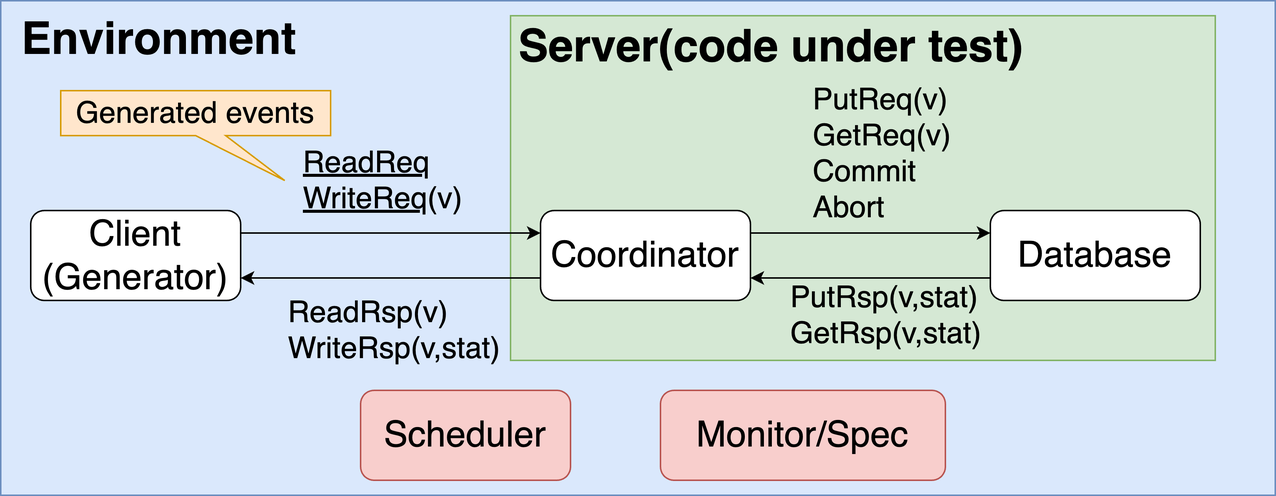
Earlier version of the draw.io export figures/typed-guided-planing-example.drawio.png (zhezhouzz/PLDI25-HAT-Planing). Source tidied: cells renumbered, new cells last; positions are measured from the earlier drawing's top-left corner, leaving out a move shared by most shapes.
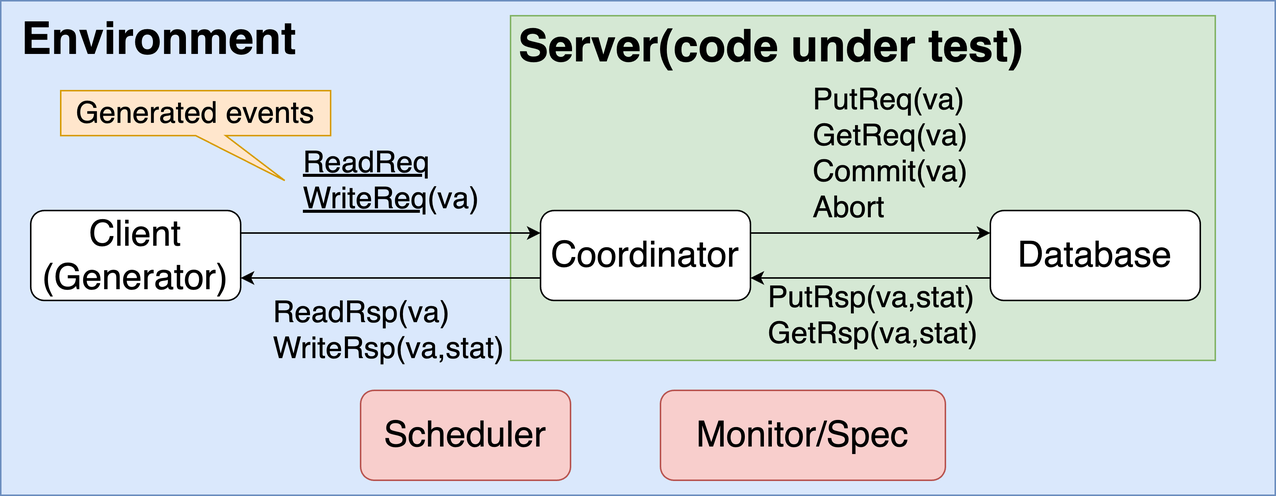
Above is the later version.

The edit, as a diff of the source:
```diff
@@ -29,17 +29,17 @@
     <mxCell id="10" value="&lt;font style=&quot;font-size: 24px;&quot;&gt;Database&lt;/font&gt;" style="rounded=1;whiteSpace=wrap;html=1;" parent="1" vertex="1">
       <mxGeometry x="660" y="140" width="140" height="60" as="geometry" />
     </mxCell>
-    <mxCell id="11" value="&lt;span style=&quot;font-size: 20px;&quot;&gt;&lt;span&gt;&lt;u&gt;ReadReq&lt;/u&gt;&lt;/span&gt;&lt;/span&gt;&lt;div&gt;&lt;span style=&quot;font-size: 20px;&quot;&gt;&lt;u&gt;WriteReq&lt;/u&gt;(v)&lt;/span&gt;&lt;/div&gt;" style="text;html=1;align=left;verticalAlign=middle;whiteSpace=wrap;rounded=0;fontStyle=0;" parent="1" vertex="1">
+    <mxCell id="11" value="&lt;span style=&quot;font-size: 20px;&quot;&gt;&lt;span&gt;&lt;u&gt;ReadReq&lt;/u&gt;&lt;/span&gt;&lt;/span&gt;&lt;div&gt;&lt;span style=&quot;font-size: 20px;&quot;&gt;&lt;u&gt;WriteReq&lt;/u&gt;(va)&lt;/span&gt;&lt;/div&gt;" style="text;html=1;align=left;verticalAlign=middle;whiteSpace=wrap;rounded=0;fontStyle=0;" parent="1" vertex="1">
       <mxGeometry x="200" y="90" width="100" height="60" as="geometry" />
     </mxCell>
-    <mxCell id="12" value="&lt;span style=&quot;font-size: 20px;&quot;&gt;&lt;span&gt;ReadRsp(v)&lt;/span&gt;&lt;/span&gt;&lt;div&gt;&lt;span style=&quot;font-size: 20px;&quot;&gt;&lt;span&gt;WriteRsp(v,stat)&lt;/span&gt;&lt;/span&gt;&lt;/div&gt;" style="text;html=1;align=left;verticalAlign=middle;whiteSpace=wrap;rounded=0;fontStyle=0;" parent="1" vertex="1">
-      <mxGeometry x="190" y="190" width="100" height="60" as="geometry" />
+    <mxCell id="12" value="&lt;span style=&quot;font-size: 20px;&quot;&gt;&lt;span&gt;ReadRsp(va)&lt;/span&gt;&lt;/span&gt;&lt;div&gt;&lt;span style=&quot;font-size: 20px;&quot;&gt;&lt;span&gt;WriteRsp(va,stat)&lt;/span&gt;&lt;/span&gt;&lt;/div&gt;" style="text;html=1;align=left;verticalAlign=middle;whiteSpace=wrap;rounded=0;fontStyle=0;" parent="1" vertex="1">
+      <mxGeometry x="180" y="190" width="100" height="60" as="geometry" />
     </mxCell>
-    <mxCell id="13" value="&lt;span style=&quot;font-size: 20px;&quot;&gt;&lt;span&gt;PutReq(v)&lt;/span&gt;&lt;/span&gt;&lt;div&gt;&lt;span style=&quot;font-size: 20px;&quot;&gt;&lt;span&gt;GetReq(v)&lt;/span&gt;&lt;/span&gt;&lt;/div&gt;&lt;div&gt;&lt;span style=&quot;font-size: 20px;&quot;&gt;&lt;span&gt;Commit&lt;/span&gt;&lt;/span&gt;&lt;/div&gt;&lt;div&gt;&lt;span style=&quot;font-size: 20px;&quot;&gt;&lt;span&gt;Abort&lt;/span&gt;&lt;/span&gt;&lt;/div&gt;" style="text;html=1;align=left;verticalAlign=middle;whiteSpace=wrap;rounded=0;fontStyle=0;" parent="1" vertex="1">
+    <mxCell id="13" value="&lt;span style=&quot;font-size: 20px;&quot;&gt;&lt;span&gt;PutReq(va)&lt;/span&gt;&lt;/span&gt;&lt;div&gt;&lt;span style=&quot;font-size: 20px;&quot;&gt;&lt;span&gt;GetReq(va)&lt;/span&gt;&lt;/span&gt;&lt;/div&gt;&lt;div&gt;&lt;span style=&quot;font-size: 20px;&quot;&gt;&lt;span&gt;Commit(va)&lt;/span&gt;&lt;/span&gt;&lt;/div&gt;&lt;div&gt;&lt;span style=&quot;font-size: 20px;&quot;&gt;&lt;span&gt;Abort&lt;/span&gt;&lt;/span&gt;&lt;/div&gt;" style="text;html=1;align=left;verticalAlign=middle;whiteSpace=wrap;rounded=0;fontStyle=0;" parent="1" vertex="1">
       <mxGeometry x="540" y="72" width="100" height="60" as="geometry" />
     </mxCell>
-    <mxCell id="14" value="&lt;span style=&quot;font-size: 20px;&quot;&gt;&lt;span&gt;PutRsp(v,stat)&lt;/span&gt;&lt;/span&gt;&lt;div&gt;&lt;span style=&quot;font-size: 20px;&quot;&gt;&lt;span&gt;GetRsp(v,stat)&lt;/span&gt;&lt;/span&gt;&lt;/div&gt;" style="text;html=1;align=left;verticalAlign=middle;whiteSpace=wrap;rounded=0;fontStyle=0;" parent="1" vertex="1">
-      <mxGeometry x="525" y="180" width="100" height="60" as="geometry" />
+    <mxCell id="14" value="&lt;span style=&quot;font-size: 20px;&quot;&gt;&lt;span&gt;PutRsp(va,stat)&lt;/span&gt;&lt;/span&gt;&lt;div&gt;&lt;span style=&quot;font-size: 20px;&quot;&gt;&lt;span&gt;GetRsp(va,stat)&lt;/span&gt;&lt;/span&gt;&lt;/div&gt;" style="text;html=1;align=left;verticalAlign=middle;whiteSpace=wrap;rounded=0;fontStyle=0;" parent="1" vertex="1">
+      <mxGeometry x="510" y="180" width="100" height="60" as="geometry" />
     </mxCell>
     <mxCell id="15" value="&lt;font style=&quot;font-size: 20px;&quot;&gt;Generated events&lt;/font&gt;" style="shape=callout;whiteSpace=wrap;html=1;perimeter=calloutPerimeter;position2=0.83;fillColor=#ffe6cc;strokeColor=#d79b00;" parent="1" vertex="1">
       <mxGeometry x="40" y="60" width="180" height="60" as="geometry" />
```
